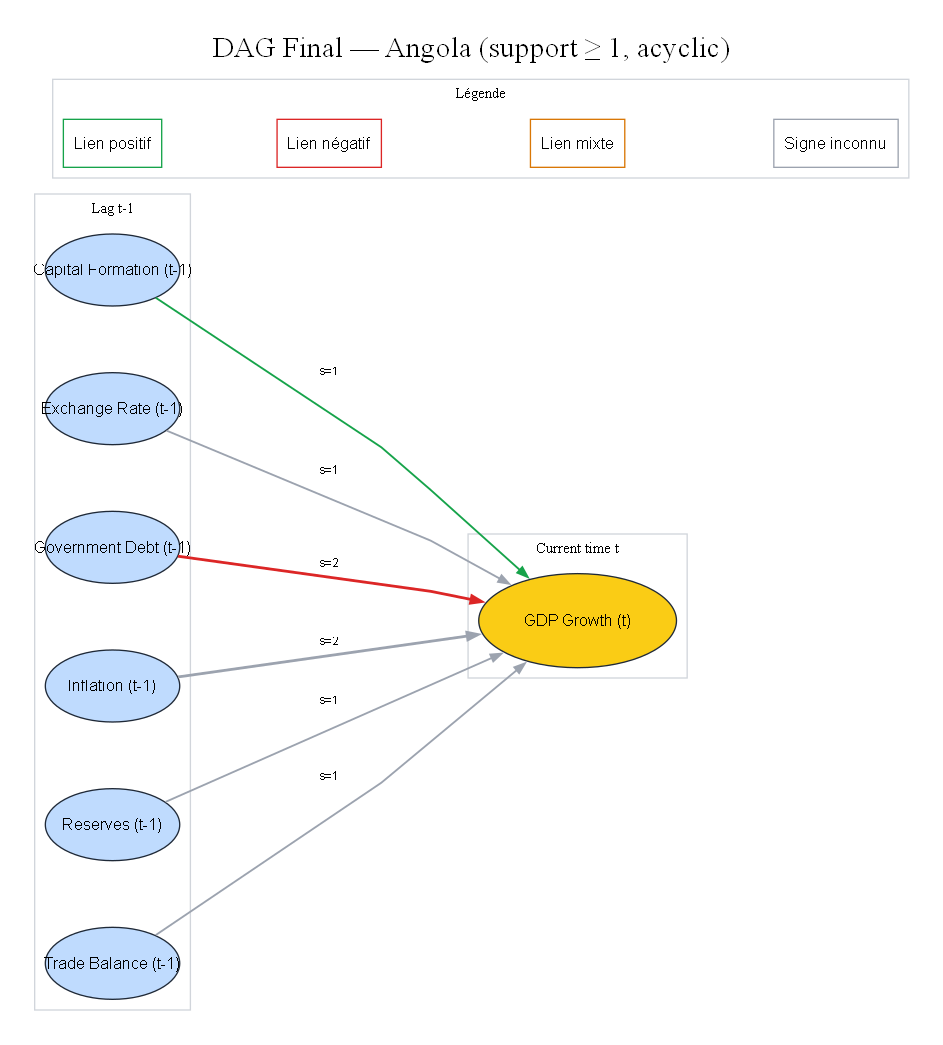
Earlier version of the Graphviz export reports/figures/phase3E_dag/Angola/dag_final_Angola.png (biabakuya/causal-ml-macroeconomic-analysis). Its source is kept beside it as reports/figures/phase3E_dag/Angola/dag_final_Angola.dot. Source of this version:
```dot
digraph DAG {
	bgcolor=white fontsize=22 label="DAG Final — Angola (support ≥ 1, acyclic)" labelloc=t pad=0.25 rankdir=LR
	graph [concentrate=false nodesep=0.7 overlap=false ranksep=1.0 splines=polyline]
	node [color="#1f2937" fontname=Helvetica fontsize=12 shape=ellipse style=filled]
	edge [arrowsize=0.8 fontname=Helvetica fontsize=9]
	subgraph cluster_t1 {
		color="#d1d5db" fontsize=11 label="Lag t-1"
		rank=same
		"Capital_Formation__t-1" [label="Capital Formation (t-1)" fillcolor="#bfdbfe" fixedsize=true fontcolor=black height=0.75 width=1.4]
		"Exchange_Rate__t-1" [label="Exchange Rate (t-1)" fillcolor="#bfdbfe" fixedsize=true fontcolor=black height=0.75 width=1.4]
		"Government_Debt__t-1" [label="Government Debt (t-1)" fillcolor="#bfdbfe" fixedsize=true fontcolor=black height=0.75 width=1.4]
		"Inflation__t-1" [label="Inflation (t-1)" fillcolor="#bfdbfe" fixedsize=true fontcolor=black height=0.75 width=1.4]
		"Reserves__t-1" [label="Reserves (t-1)" fillcolor="#bfdbfe" fixedsize=true fontcolor=black height=0.75 width=1.4]
		"Trade_Balance__t-1" [label="Trade Balance (t-1)" fillcolor="#bfdbfe" fixedsize=true fontcolor=black height=0.75 width=1.4]
	}
	subgraph cluster_t {
		color="#d1d5db" fontsize=11 label="Current time t"
		rank=same
		GDP_Growth__t [label="GDP Growth (t)" fillcolor="#facc15" fixedsize=true fontcolor=black height=0.98 width=2.06]
	}
	"Government_Debt__t-1" -> GDP_Growth__t [label="s=2" color="#dc2626" minlen=2 penwidth=2.0999999999999996]
	"Inflation__t-1" -> GDP_Growth__t [label="s=2" color="#9ca3af" minlen=2 penwidth=2.0999999999999996]
	"Reserves__t-1" -> GDP_Growth__t [label="s=1" color="#9ca3af" minlen=2 penwidth=1.4]
	"Capital_Formation__t-1" -> GDP_Growth__t [label="s=1" color="#16a34a" minlen=2 penwidth=1.4]
	"Exchange_Rate__t-1" -> GDP_Growth__t [label="s=1" color="#9ca3af" minlen=2 penwidth=1.4]
	"Trade_Balance__t-1" -> GDP_Growth__t [label="s=1" color="#9ca3af" minlen=2 penwidth=1.4]
	subgraph cluster_legend {
		color="#d1d5db" fontsize=11 label="Légende"
		Lpos [label="Lien positif" color="#16a34a" fillcolor=white shape=box style=filled]
		Lneg [label="Lien négatif" color="#dc2626" fillcolor=white shape=box style=filled]
		Lmix [label="Lien mixte" color="#d97706" fillcolor=white shape=box style=filled]
		Lunk [label="Signe inconnu" color="#9ca3af" fillcolor=white shape=box style=filled]
		Lpos -> Lneg [style=invis]
		Lneg -> Lmix [style=invis]
		Lmix -> Lunk [style=invis]
	}
}
```
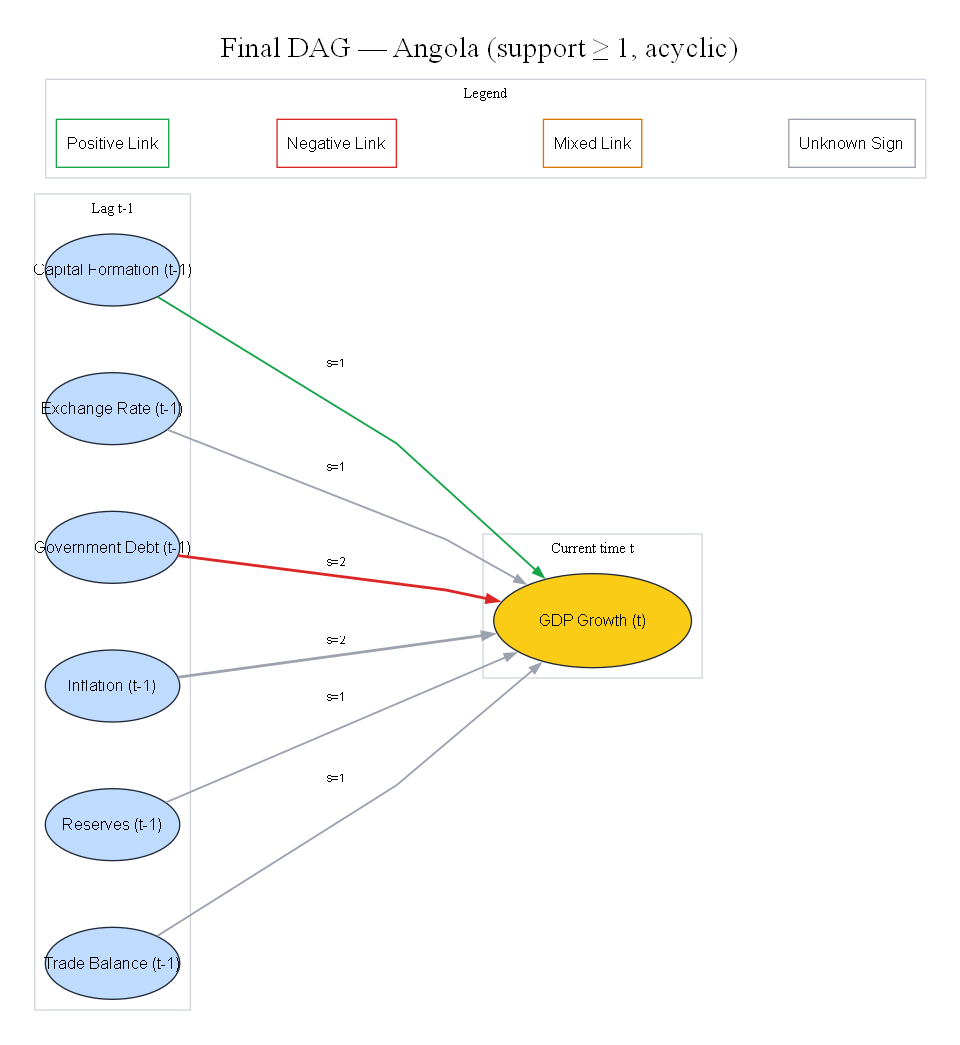
The same diagram one commit later.

Diff of the diagram source:
```diff
@@ -1,5 +1,5 @@
 digraph DAG {
-	bgcolor=white fontsize=22 label="DAG Final — Angola (support ≥ 1, acyclic)" labelloc=t pad=0.25 rankdir=LR
+	bgcolor=white fontsize=22 label="Final DAG — Angola (support ≥ 1, acyclic)" labelloc=t pad=0.25 rankdir=LR
 	graph [concentrate=false nodesep=0.7 overlap=false ranksep=1.0 splines=polyline]
 	node [color="#1f2937" fontname=Helvetica fontsize=12 shape=ellipse style=filled]
 	edge [arrowsize=0.8 fontname=Helvetica fontsize=9]
@@ -25,11 +25,11 @@
 	"Exchange_Rate__t-1" -> GDP_Growth__t [label="s=1" color="#9ca3af" minlen=2 penwidth=1.4]
 	"Trade_Balance__t-1" -> GDP_Growth__t [label="s=1" color="#9ca3af" minlen=2 penwidth=1.4]
 	subgraph cluster_legend {
-		color="#d1d5db" fontsize=11 label="Légende"
-		Lpos [label="Lien positif" color="#16a34a" fillcolor=white shape=box style=filled]
-		Lneg [label="Lien négatif" color="#dc2626" fillcolor=white shape=box style=filled]
-		Lmix [label="Lien mixte" color="#d97706" fillcolor=white shape=box style=filled]
-		Lunk [label="Signe inconnu" color="#9ca3af" fillcolor=white shape=box style=filled]
+		color="#d1d5db" fontsize=11 label=Legend
+		Lpos [label="Positive Link" color="#16a34a" fillcolor=white shape=box style=filled]
+		Lneg [label="Negative Link" color="#dc2626" fillcolor=white shape=box style=filled]
+		Lmix [label="Mixed Link" color="#d97706" fillcolor=white shape=box style=filled]
+		Lunk [label="Unknown Sign" color="#9ca3af" fillcolor=white shape=box style=filled]
 		Lpos -> Lneg [style=invis]
 		Lneg -> Lmix [style=invis]
 		Lmix -> Lunk [style=invis]
```
